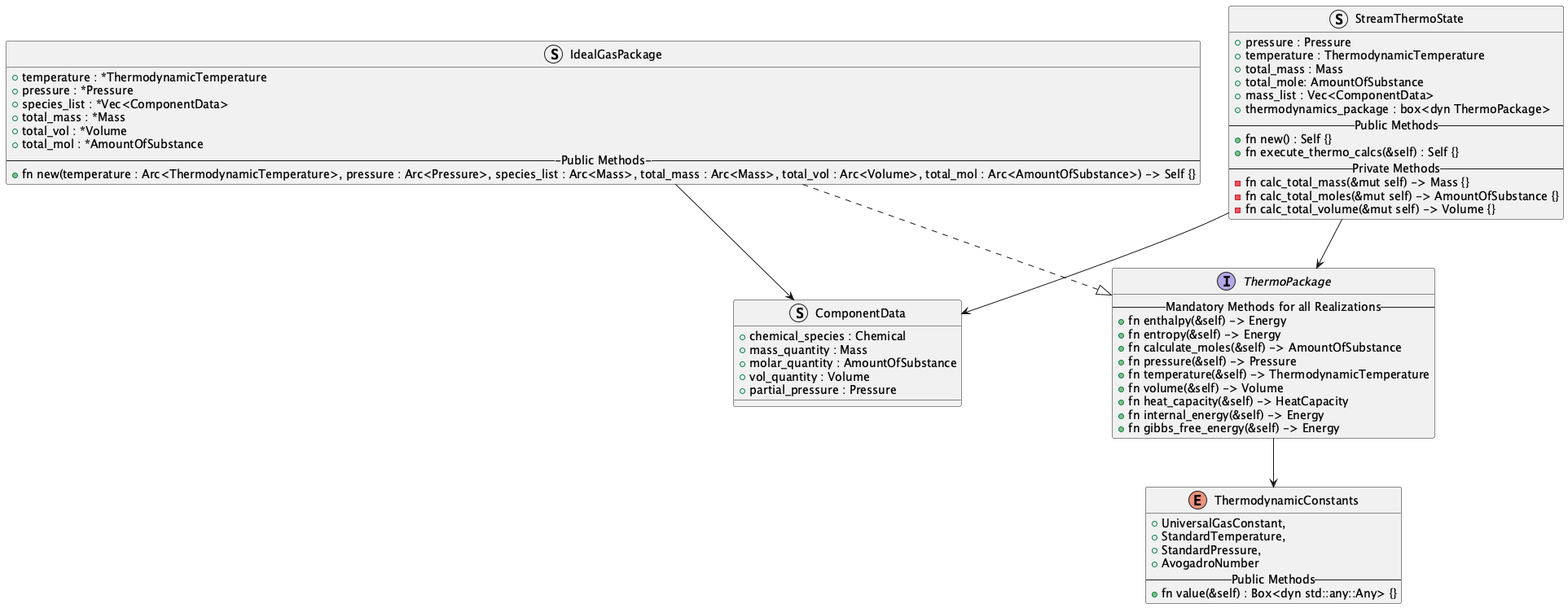
Before: thermo-module/thermodynamics_module_class_diagram.png, a diagram exported from PlantUML (OSCPS-Project/OSCPS-UML).
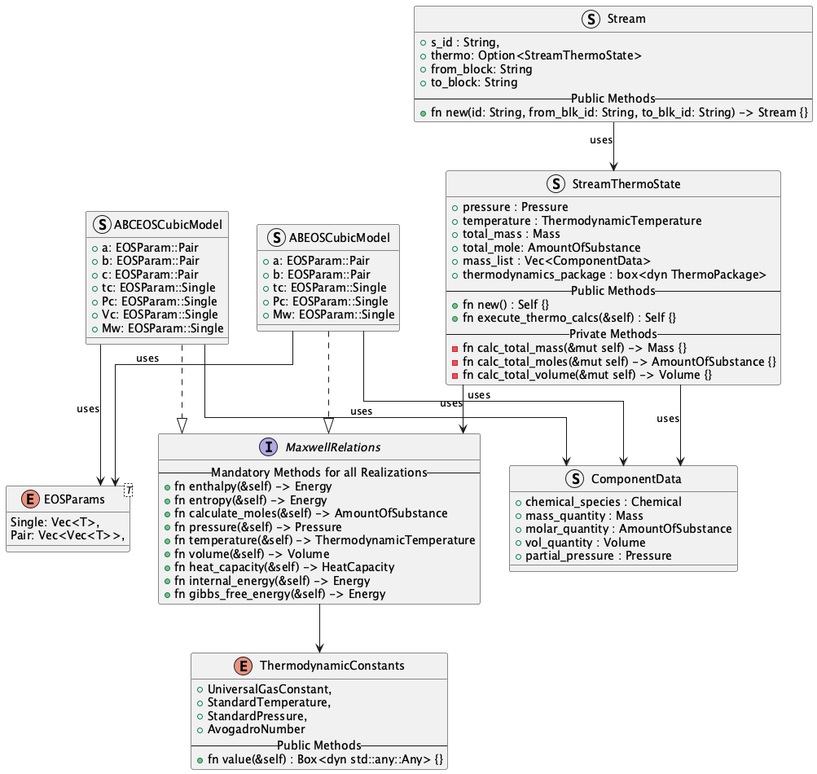
Above is the later version.

Commit message:
updating uml class diagrams for OSCPS project

Change to the diagram source:
```diff
@@ -1,6 +1,8 @@
 @startuml thermodynamics_module_class_diagram
+skinparam linetype ortho
 
-!include ./thermo-packages/ideal-gas-package.puml
+!include ./thermo-packages/cubic-eos-module.puml
+!include ../stream-module/connector-module.puml
 
 enum ThermodynamicConstants {
     + UniversalGasConstant,
@@ -11,32 +13,12 @@
     + fn value(&self) : Box<dyn std::any::Any> {}
 }
 
-
-Struct StreamThermoState {
-  + pressure : Pressure
-  + temperature : ThermodynamicTemperature
-  + total_mass : Mass
-  + total_mole: AmountOfSubstance
-  + mass_list : Vec<ComponentData>
-  + thermodynamics_package : box<dyn ThermoPackage>
-  --Public Methods--
-  + fn new() : Self {}
-  + fn execute_thermo_calcs(&self) : Self {}
-  --Private Methods--
-  - fn calc_total_mass(&mut self) -> Mass {}
-  - fn calc_total_moles(&mut self) -> AmountOfSubstance {}
-  - fn calc_total_volume(&mut self) -> Volume {}
+enum EOSParams<T> {
+    Single: Vec<T>,
+    Pair: Vec<Vec<T>>,
 }
 
-Struct ComponentData {
-  + chemical_species : Chemical
-  + mass_quantity : Mass
-  + molar_quantity : AmountOfSubstance
-  + vol_quantity : Volume
-  + partial_pressure : Pressure
-}
-
-Interface ThermoPackage {
+Interface MaxwellRelations {
     --Mandatory Methods for all Realizations--
     + fn enthalpy(&self) -> Energy
     + fn entropy(&self) -> Energy
@@ -49,11 +31,15 @@
     + fn gibbs_free_energy(&self) -> Energy
 }
 
-StreamThermoState --> ThermoPackage
-StreamThermoState --> ComponentData
-ThermoPackage --> ThermodynamicConstants
+StreamThermoState --> MaxwellRelations :uses
+MaxwellRelations --> ThermodynamicConstants
 
-IdealGasPackage ..|> ThermoPackage
-IdealGasPackage --> ComponentData
+ABEOSCubicModel --> EOSParams :uses
+ABCEOSCubicModel --> EOSParams :uses
+
+ABEOSCubicModel ..|> MaxwellRelations
+ABCEOSCubicModel ..|> MaxwellRelations
+ABEOSCubicModel --> ComponentData :uses
+ABCEOSCubicModel --> ComponentData :uses
 
 @enduml
```
